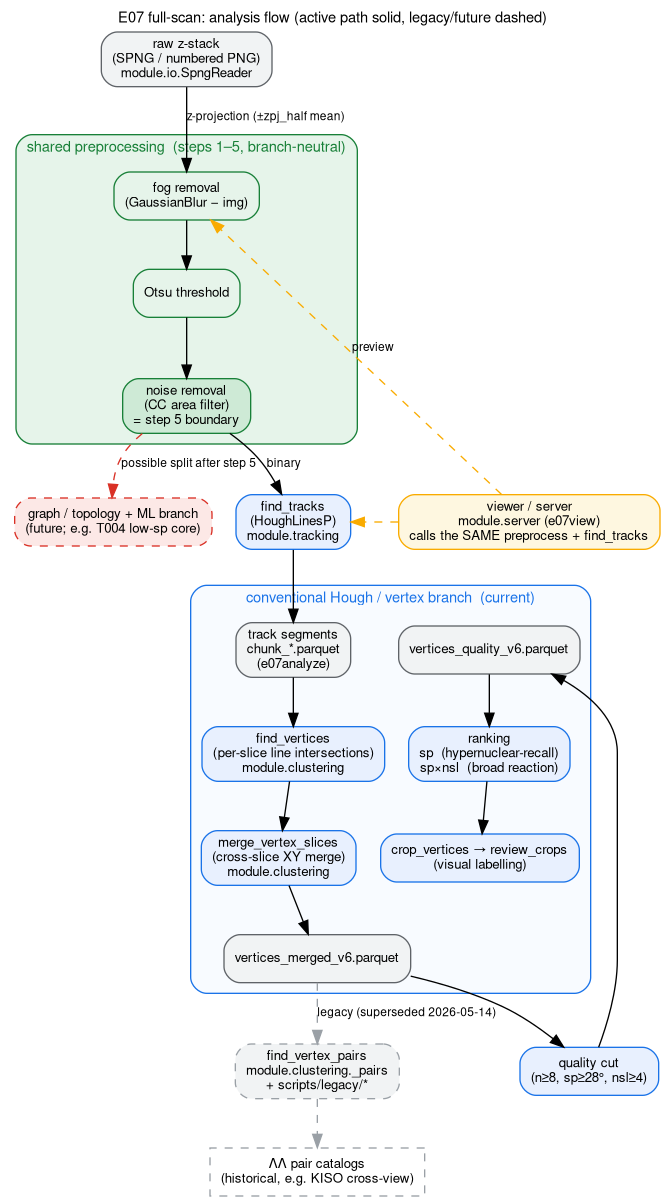
Above: docs/analysis_flow.png in shuhei-hykw/e07-fullscan (Graphviz), before the change. Its source is kept beside it as docs/analysis_flow.dot. Its diagram source:
```dot
digraph analysis_flow {
  rankdir=TB;
  graph [fontname="Helvetica", fontsize=11, labelloc="t",
         label="E07 full-scan: analysis flow (active path solid, legacy/future dashed)"];
  node  [fontname="Helvetica", fontsize=10, shape=box, style="rounded,filled"];
  edge  [fontname="Helvetica", fontsize=9];

  node [fillcolor="#e8f0fe", color="#1a73e8"];

  raw      [label="raw z-stack\n(SPNG / numbered PNG)\nmodule.io.SpngReader", fillcolor="#f1f3f4", color="#5f6368"];

  subgraph cluster_pre {
    label="shared preprocessing  (steps 1–5, branch-neutral)";
    style="rounded,filled"; fillcolor="#e6f4ea"; color="#188038"; fontcolor="#188038";
    fog   [label="fog removal\n(GaussianBlur − img)", fillcolor="#e6f4ea", color="#188038"];
    otsu  [label="Otsu threshold", fillcolor="#e6f4ea", color="#188038"];
    noise [label="noise removal\n(CC area filter)\n= step 5 boundary", fillcolor="#ceead6", color="#188038"];
    fog -> otsu -> noise;
  }
  raw -> fog [label="z-projection (±zpj_half mean)"];

  subgraph cluster_hough {
    label="conventional Hough / vertex branch  (current)";
    style="rounded,filled"; fillcolor="#f8fbff"; color="#1a73e8"; fontcolor="#1a73e8";
    hough  [label="find_tracks\n(HoughLinesP)\nmodule.tracking"];
    chunk  [label="track segments\nchunk_*.parquet\n(e07analyze)", fillcolor="#f1f3f4", color="#5f6368"];
    fv     [label="find_vertices\n(per-slice line intersections)\nmodule.clustering"];
    mv     [label="merge_vertex_slices\n(cross-slice XY merge)\nmodule.clustering"];
    vm     [label="vertices_merged_v6.parquet", fillcolor="#f1f3f4", color="#5f6368"];
    qc     [label="quality cut\n(n≥8, sp≥28°, nsl≥4)"];
    vq     [label="vertices_quality_v6.parquet", fillcolor="#f1f3f4", color="#5f6368"];
    rank   [label="ranking\nsp  (hypernuclear-recall)\nsp×nsl  (broad reaction)"];
    crop   [label="crop_vertices → review_crops\n(visual labelling)"];
    hough -> chunk -> fv -> mv -> vm -> qc -> vq -> rank -> crop;
  }
  noise -> hough [label="binary"];

  server [label="viewer / server\nmodule.server (e07view)\ncalls the SAME preprocess + find_tracks",
          fillcolor="#fef7e0", color="#f9ab00"];
  server -> fog   [style=dashed, color="#f9ab00", label="preview", constraint=false];
  server -> hough [style=dashed, color="#f9ab00", constraint=false];

  pairs  [label="find_vertex_pairs\nmodule.clustering._pairs\n+ scripts/legacy/*",
          style="rounded,filled,dashed", fillcolor="#f1f3f4", color="#9aa0a6"];
  paircat[label="ΛΛ pair catalogs\n(historical, e.g. KISO cross-view)",
          style="dashed", fillcolor="#f1f3f4", color="#9aa0a6"];
  vm -> pairs [style=dashed, color="#9aa0a6", label="legacy (superseded 2026-05-14)"];
  pairs -> paircat [style=dashed, color="#9aa0a6"];

  graph_br [label="graph / topology + ML branch\n(future; e.g. T004 low-sp core)",
          style="rounded,filled,dashed", fillcolor="#fce8e6", color="#d93025"];
  noise -> graph_br [style=dashed, color="#d93025", label="possible split after step 5"];

  { rank=same; server; hough }
  { rank=same; pairs; qc }
}
```
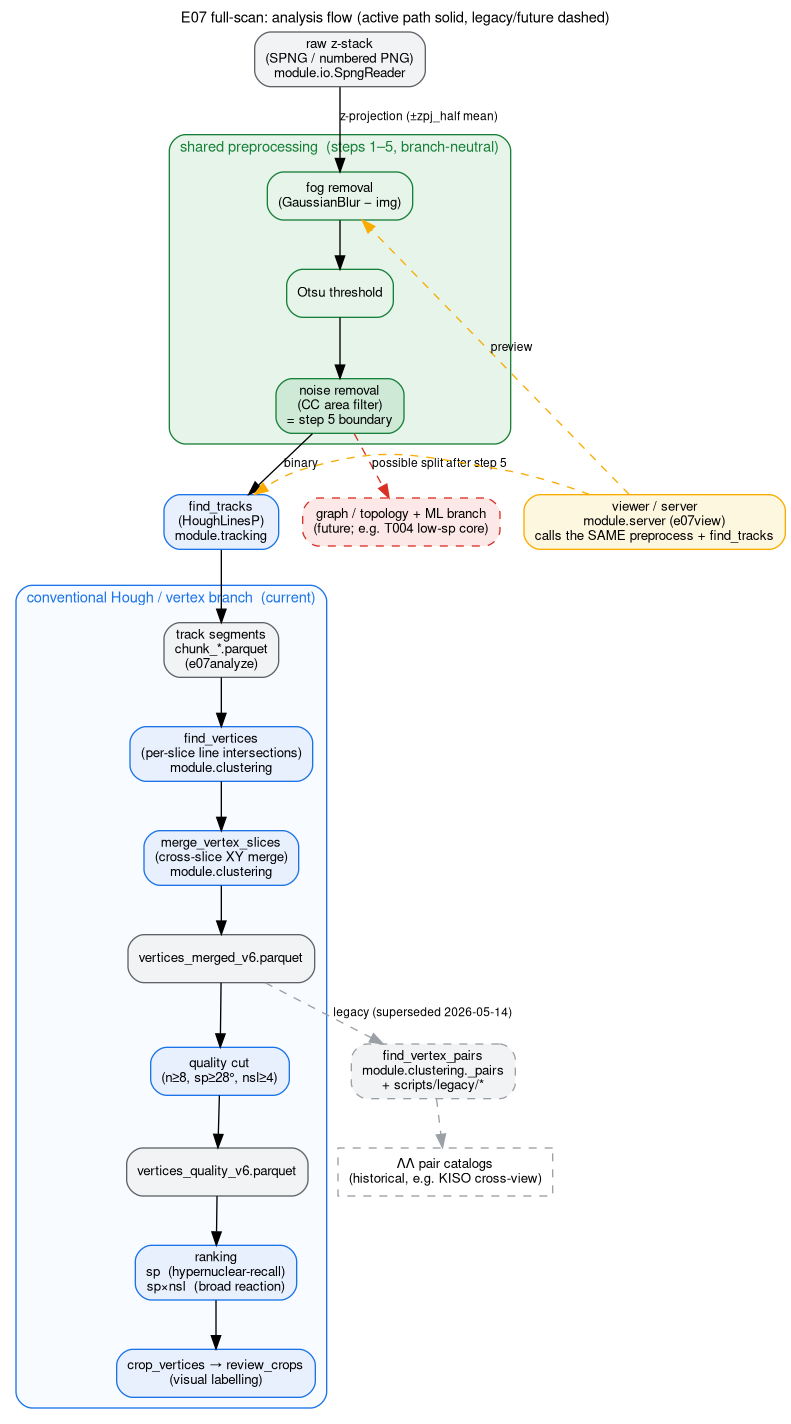
The same file after the commit.

Commit message:
Polish diagrams per Codex review (readability)

What changed in the source:
```diff
@@ -52,5 +52,4 @@
   noise -> graph_br [style=dashed, color="#d93025", label="possible split after step 5"];
 
   { rank=same; server; hough }
-  { rank=same; pairs; qc }
 }
```
